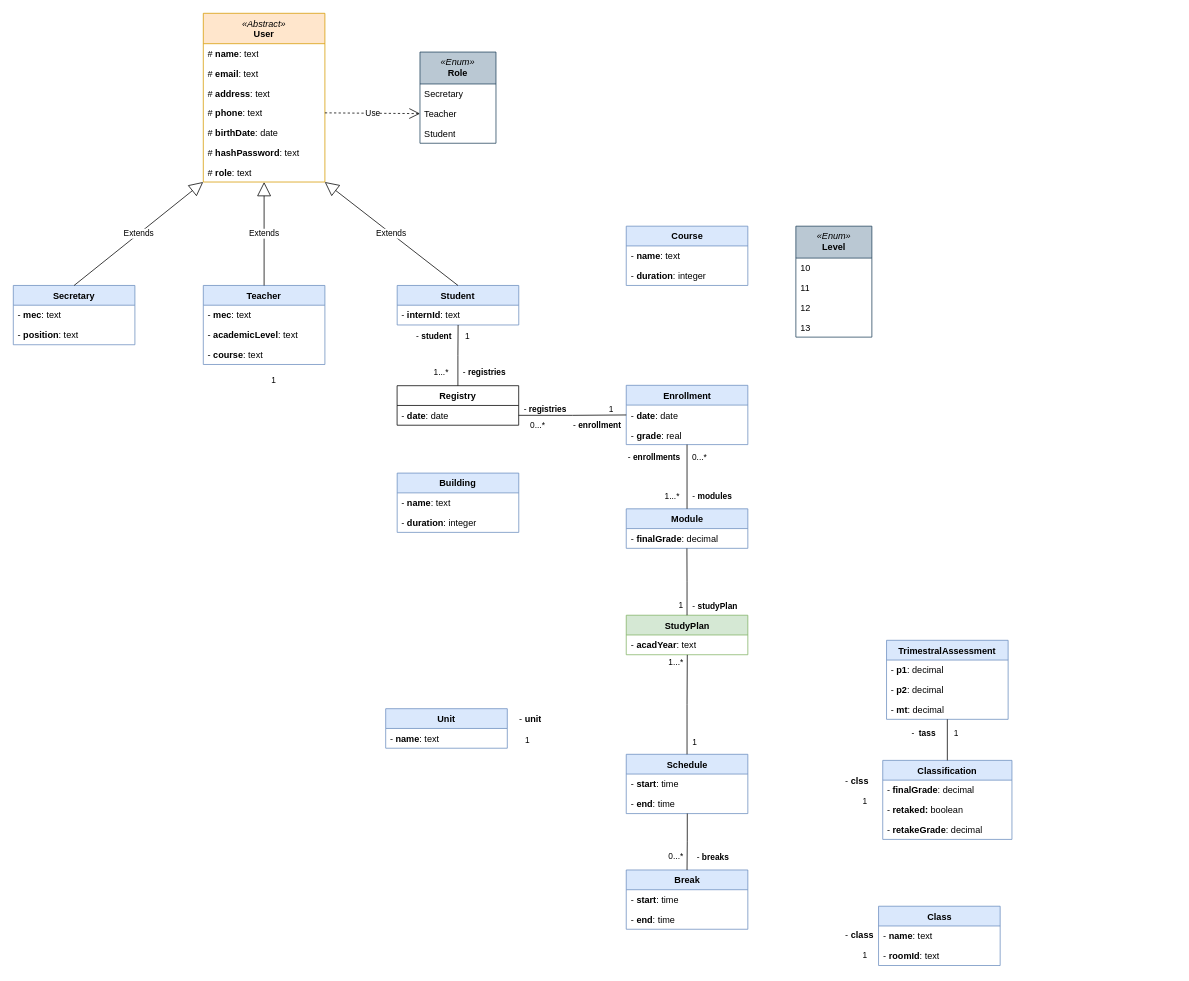
Joaquim-Claudio/Imptel-Online_P.D.S-2024-2025 keeps this draw.io diagram as editables/data-model.drawio. Above is the earlier version. Source tidied: cells renumbered, new cells numbered last; positions are measured from the earlier drawing's top-left corner, leaving out a move shared by most shapes. Both pictures are drawn from the tidied source at 76%, with x=0, y=0 at pixel (13, 13).
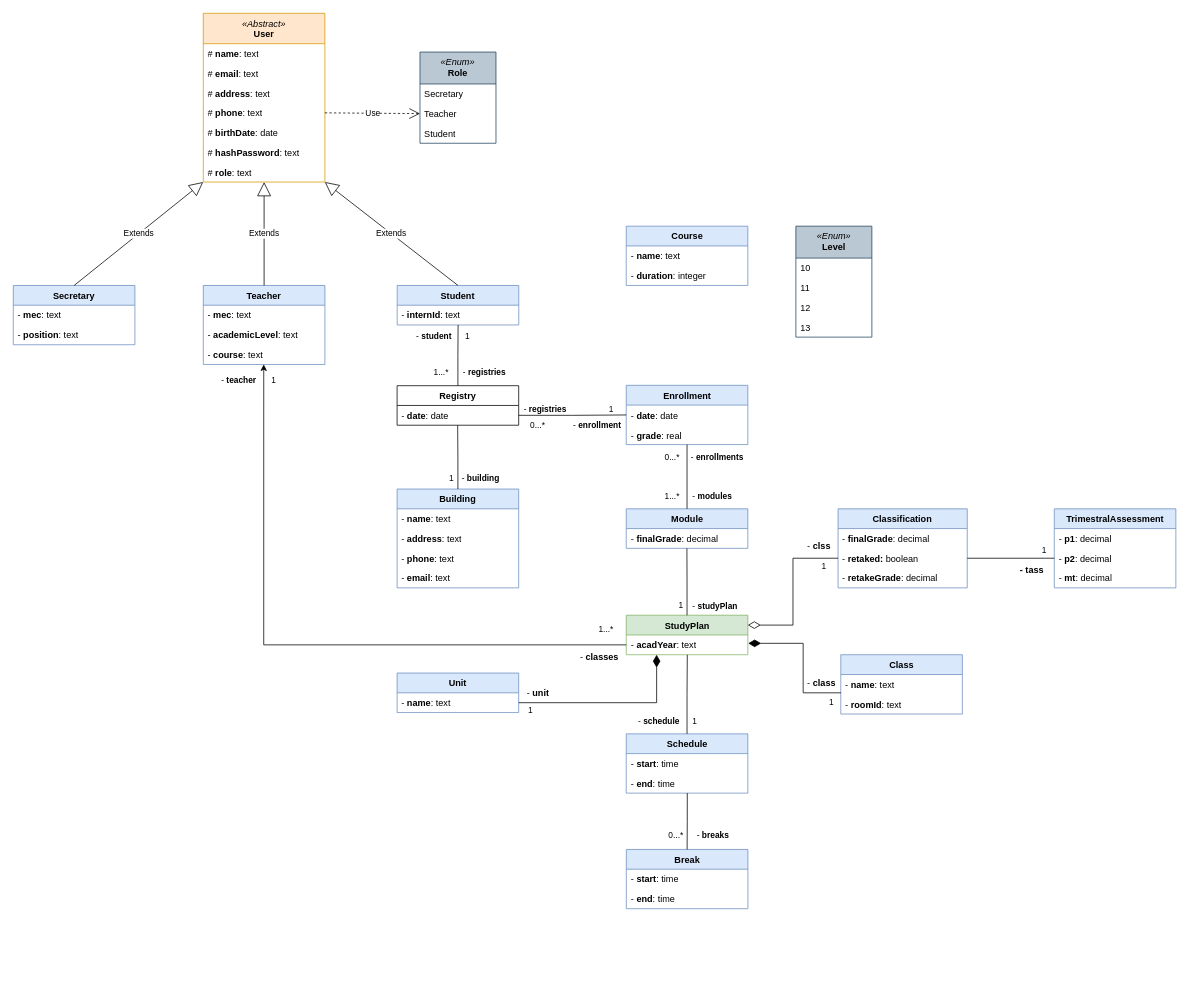
Above is the later version.

The change refers to these unchanged cells:
```xml
<mxCell id="18" value="- &lt;b&gt;course&lt;/b&gt;: text&amp;nbsp;" style="text;strokeColor=none;fillColor=none;align=left;verticalAlign=top;spacingLeft=4;spacingRight=4;overflow=hidden;points=[[0,0.5],[1,0.5]];portConstraint=eastwest;whiteSpace=wrap;html=1;" parent="15" vertex="1">
  <mxGeometry y="78" width="160" height="26" as="geometry" />
</mxCell>
<mxCell id="19" value="StudyPlan" style="swimlane;fontStyle=1;align=center;verticalAlign=top;horizontal=1;startSize=26;whiteSpace=wrap;html=1;fillColor=#d5e8d4;strokeColor=#82b366;" parent="1" vertex="1">
  <mxGeometry x="806.5" y="792" width="160" height="52" as="geometry" />
</mxCell>
<mxCell id="20" value="- &lt;b&gt;acadYear&lt;/b&gt;: text" style="text;strokeColor=none;fillColor=none;align=left;verticalAlign=top;spacingLeft=4;spacingRight=4;overflow=hidden;points=[[0,0.5],[1,0.5]];portConstraint=eastwest;whiteSpace=wrap;html=1;" parent="19" vertex="1">
  <mxGeometry y="26" width="160" height="26" as="geometry" />
</mxCell>
<mxCell id="32" value="- &lt;b&gt;name&lt;/b&gt;: text" style="text;strokeColor=none;fillColor=none;align=left;verticalAlign=top;spacingLeft=4;spacingRight=4;overflow=hidden;points=[[0,0.5],[1,0.5]];portConstraint=eastwest;whiteSpace=wrap;html=1;" parent="31" vertex="1">
  <mxGeometry y="26" width="160" height="26" as="geometry" />
</mxCell>
<mxCell id="37" value="- &lt;b&gt;retaked: &lt;/b&gt;boolean" style="text;strokeColor=none;fillColor=none;align=left;verticalAlign=top;spacingLeft=4;spacingRight=4;overflow=hidden;points=[[0,0.5],[1,0.5]];portConstraint=eastwest;whiteSpace=wrap;html=1;" parent="35" vertex="1">
  <mxGeometry y="52" width="170" height="26" as="geometry" />
</mxCell>
<mxCell id="41" value="- &lt;b&gt;p2&lt;/b&gt;: decimal" style="text;strokeColor=none;fillColor=none;align=left;verticalAlign=top;spacingLeft=4;spacingRight=4;overflow=hidden;points=[[0,0.5],[1,0.5]];portConstraint=eastwest;whiteSpace=wrap;html=1;" parent="39" vertex="1">
  <mxGeometry y="52" width="160" height="26" as="geometry" />
</mxCell>
<mxCell id="72" value="-&amp;nbsp;&lt;b&gt;date&lt;/b&gt;: date" style="text;strokeColor=none;fillColor=none;align=left;verticalAlign=top;spacingLeft=4;spacingRight=4;overflow=hidden;points=[[0,0.5],[1,0.5]];portConstraint=eastwest;whiteSpace=wrap;html=1;" parent="71" vertex="1">
  <mxGeometry y="26" width="160" height="26" as="geometry" />
</mxCell>
```

The edit, as a diff of the source:
```diff
@@
     <mxCell id="21" value="Class" style="swimlane;fontStyle=1;align=center;verticalAlign=top;horizontal=1;startSize=26;whiteSpace=wrap;html=1;fillColor=#dae8fc;strokeColor=#6c8ebf;" parent="1" vertex="1">
-      <mxGeometry x="1138.5" y="1174.9" width="160" height="78" as="geometry" />
+      <mxGeometry x="1088.8" y="844" width="160" height="78" as="geometry" />
     </mxCell>
@@
     <mxCell id="31" value="Unit" style="swimlane;fontStyle=1;align=center;verticalAlign=top;horizontal=1;startSize=26;whiteSpace=wrap;html=1;fillColor=#dae8fc;strokeColor=#6c8ebf;" parent="1" vertex="1">
-      <mxGeometry x="490" y="915" width="160" height="52" as="geometry" />
+      <mxGeometry x="505" y="868.1" width="160" height="52" as="geometry" />
     </mxCell>
@@
     <mxCell id="35" value="Classification" style="swimlane;fontStyle=1;align=center;verticalAlign=top;horizontal=1;startSize=26;whiteSpace=wrap;html=1;fillColor=#dae8fc;strokeColor=#6c8ebf;" parent="1" vertex="1">
-      <mxGeometry x="1144" y="983" width="170" height="104" as="geometry" />
+      <mxGeometry x="1085.2" y="652" width="170" height="104" as="geometry" />
     </mxCell>
@@
     <mxCell id="39" value="TrimestralAssessment" style="swimlane;fontStyle=1;align=center;verticalAlign=top;horizontal=1;startSize=26;whiteSpace=wrap;html=1;fillColor=#dae8fc;strokeColor=#6c8ebf;" parent="1" vertex="1">
-      <mxGeometry x="1149" y="825" width="160" height="104" as="geometry" />
+      <mxGeometry x="1369.7" y="652" width="160" height="104" as="geometry" />
     </mxCell>
@@
-    <mxCell id="43" style="endArrow=none;html=1;edgeStyle=orthogonalEdgeStyle;rounded=0;exitX=0.5;exitY=0;exitDx=0;exitDy=0;entryX=0.5;entryY=1;entryDx=0;entryDy=0;" parent="1" edge="1" source="35" target="39">
-      <mxGeometry relative="1" as="geometry" />
-    </mxCell>
-    <mxCell id="44" value="-&amp;nbsp; &lt;b&gt;tass&lt;/b&gt;" style="edgeLabel;html=1;align=right;verticalAlign=bottom;" parent="43" vertex="1">
-      <mxGeometry x="1" relative="1" as="geometry">
-        <mxPoint x="-15" y="26" as="offset" />
-      </mxGeometry>
-    </mxCell>
     <mxCell id="45" value="Schedule" style="swimlane;fontStyle=1;align=center;verticalAlign=top;horizontal=1;startSize=26;whiteSpace=wrap;html=1;fillColor=#dae8fc;strokeColor=#6c8ebf;" parent="1" vertex="1">
-      <mxGeometry x="806.5" y="975" width="160" height="78" as="geometry" />
+      <mxGeometry x="806.5" y="948.1" width="160" height="78" as="geometry" />
     </mxCell>
@@
     <mxCell id="50" value="- &lt;b&gt;clss&lt;/b&gt;" style="text;strokeColor=none;fillColor=none;align=left;verticalAlign=top;spacingLeft=4;spacingRight=4;overflow=hidden;whiteSpace=wrap;html=1;" parent="1" vertex="1">
-      <mxGeometry x="1088.5" y="996" width="41.2" height="26" as="geometry" />
+      <mxGeometry x="1038.8" y="687.9" width="41.2" height="26" as="geometry" />
     </mxCell>
     <mxCell id="51" value="1" style="edgeLabel;html=1;align=right;verticalAlign=bottom;" parent="1" vertex="1">
-      <mxGeometry x="1124" y="1045" as="geometry" />
+      <mxGeometry x="1070" y="736" as="geometry" />
     </mxCell>
     <mxCell id="52" value="1" style="edgeLabel;html=1;align=right;verticalAlign=bottom;" parent="1" vertex="1">
-      <mxGeometry x="1244" y="955" as="geometry" />
+      <mxGeometry x="1359.7" y="714" as="geometry" />
     </mxCell>
     <mxCell id="53" value="- &lt;b&gt;class&lt;/b&gt;" style="text;strokeColor=none;fillColor=none;align=left;verticalAlign=top;spacingLeft=4;spacingRight=4;overflow=hidden;whiteSpace=wrap;html=1;" parent="1" vertex="1">
-      <mxGeometry x="1088.5" y="1199" width="50.1" height="26" as="geometry" />
+      <mxGeometry x="1038.8" y="868.1" width="50.1" height="26" as="geometry" />
     </mxCell>
     <mxCell id="54" value="1" style="edgeLabel;html=1;align=right;verticalAlign=bottom;" parent="1" vertex="1">
-      <mxGeometry x="1124" y="1247.9" as="geometry" />
+      <mxGeometry x="1079.7" y="914.6" as="geometry" />
     </mxCell>
@@
     <mxCell id="60" value="1" style="edgeLabel;html=1;align=right;verticalAlign=bottom;" parent="1" vertex="1">
-      <mxGeometry x="900" y="967" as="geometry" />
+      <mxGeometry x="900.1" y="940" as="geometry" />
     </mxCell>
     <mxCell id="61" value="Break" style="swimlane;fontStyle=1;align=center;verticalAlign=top;horizontal=1;startSize=26;whiteSpace=wrap;html=1;fillColor=#dae8fc;strokeColor=#6c8ebf;" parent="1" vertex="1">
-      <mxGeometry x="806.5" y="1127.2" width="160" height="78" as="geometry" />
+      <mxGeometry x="806.6" y="1100.2" width="160" height="78" as="geometry" />
     </mxCell>
@@
     <mxCell id="66" value="0...*" style="edgeLabel;html=1;align=right;verticalAlign=bottom;" parent="1" vertex="1">
-      <mxGeometry x="881.5" y="1117.2" as="geometry" />
+      <mxGeometry x="881.5" y="1090.3" as="geometry" />
     </mxCell>
     <mxCell id="67" value="- &lt;b&gt;unit&lt;/b&gt;" style="text;strokeColor=none;fillColor=none;align=left;verticalAlign=top;spacingLeft=4;spacingRight=4;overflow=hidden;whiteSpace=wrap;html=1;" parent="1" vertex="1">
-      <mxGeometry x="660" y="915" width="50.1" height="26" as="geometry" />
+      <mxGeometry x="669.9" y="881.1" width="50.1" height="26" as="geometry" />
     </mxCell>
     <mxCell id="68" value="1" style="edgeLabel;html=1;align=right;verticalAlign=bottom;" parent="1" vertex="1">
-      <mxGeometry x="680" y="965" as="geometry" />
+      <mxGeometry x="683.9" y="925.1" as="geometry" />
     </mxCell>
@@
     <mxCell id="70" value="1...*" style="edgeLabel;html=1;align=right;verticalAlign=bottom;" parent="1" vertex="1">
-      <mxGeometry x="881.5" y="861.9" as="geometry" />
+      <mxGeometry x="790" y="818" as="geometry" />
     </mxCell>
@@
     <mxCell id="83" value="- &lt;b&gt;enrollments&lt;/b&gt;" style="edgeLabel;html=1;align=left;verticalAlign=bottom;" parent="1" vertex="1">
-      <mxGeometry x="806.5" y="592" as="geometry" />
+      <mxGeometry x="890" y="592" as="geometry" />
     </mxCell>
     <mxCell id="84" value="0...*" style="edgeLabel;html=1;align=right;verticalAlign=bottom;" parent="1" vertex="1">
-      <mxGeometry x="913.4" y="592" as="geometry" />
+      <mxGeometry x="876.5" y="592" as="geometry" />
     </mxCell>
@@
     <mxCell id="96" value="Building" style="swimlane;fontStyle=1;align=center;verticalAlign=top;horizontal=1;startSize=26;whiteSpace=wrap;html=1;fillColor=#dae8fc;strokeColor=#6c8ebf;" parent="1" vertex="1">
-      <mxGeometry x="505.1" y="605" width="160" height="78" as="geometry" />
+      <mxGeometry x="505" y="626" width="160" height="130" as="geometry" />
     </mxCell>
@@
-    <mxCell id="98" value="- &lt;b&gt;duration&lt;/b&gt;: integer" style="text;strokeColor=none;fillColor=none;align=left;verticalAlign=top;spacingLeft=4;spacingRight=4;overflow=hidden;whiteSpace=wrap;html=1;" parent="96" vertex="1">
+    <mxCell id="98" value="- &lt;b&gt;address&lt;/b&gt;: text" style="text;strokeColor=none;fillColor=none;align=left;verticalAlign=top;spacingLeft=4;spacingRight=4;overflow=hidden;whiteSpace=wrap;html=1;" parent="96" vertex="1">
       <mxGeometry y="52" width="160" height="26" as="geometry" />
     </mxCell>
+    <mxCell id="100" value="- &lt;b&gt;phone&lt;/b&gt;: text" style="text;strokeColor=none;fillColor=none;align=left;verticalAlign=top;spacingLeft=4;spacingRight=4;overflow=hidden;whiteSpace=wrap;html=1;" parent="96" vertex="1">
+      <mxGeometry y="78" width="160" height="26" as="geometry" />
+    </mxCell>
+    <mxCell id="101" value="- &lt;b&gt;email&lt;/b&gt;: text" style="text;strokeColor=none;fillColor=none;align=left;verticalAlign=top;spacingLeft=4;spacingRight=4;overflow=hidden;whiteSpace=wrap;html=1;" parent="96" vertex="1">
+      <mxGeometry y="104" width="160" height="26" as="geometry" />
+    </mxCell>
@@
+    <mxCell id="102" value="- &lt;b&gt;schedule&lt;/b&gt;" style="edgeLabel;html=1;align=right;verticalAlign=bottom;" parent="1" vertex="1">
+      <mxGeometry x="876.5" y="940.1" as="geometry" />
+    </mxCell>
+    <mxCell id="103" style="edgeStyle=orthogonalEdgeStyle;rounded=0;jettySize=auto;html=1;exitX=1;exitY=0.5;exitDx=0;exitDy=0;entryX=0;entryY=0.5;entryDx=0;entryDy=0;endArrow=none;endFill=0;" parent="1" edge="1" source="37" target="41">
+      <mxGeometry relative="1" as="geometry" />
+    </mxCell>
+    <mxCell id="44" value="- tass" style="text;align=center;fontStyle=1;verticalAlign=middle;spacingLeft=3;spacingRight=3;strokeColor=none;html=1;" parent="1" vertex="1">
+      <mxGeometry x="1319.7" y="719.6" width="40" height="26" as="geometry" />
+    </mxCell>
+    <mxCell id="104" style="endArrow=none;html=1;endSize=12;startArrow=diamondThin;startSize=14;startFill=0;edgeStyle=orthogonalEdgeStyle;align=left;verticalAlign=bottom;rounded=0;entryX=0;entryY=0.5;entryDx=0;entryDy=0;exitX=1;exitY=0.25;exitDx=0;exitDy=0;endFill=0;" parent="1" edge="1" source="19" target="37">
+      <mxGeometry x="-1" y="3" relative="1" as="geometry" />
+    </mxCell>
+    <mxCell id="105" style="endArrow=none;html=1;endSize=12;startArrow=diamondThin;startSize=14;startFill=1;edgeStyle=orthogonalEdgeStyle;align=left;verticalAlign=bottom;rounded=0;exitX=1;exitY=0.5;exitDx=0;exitDy=0;entryX=-0.002;entryY=0.004;entryDx=0;entryDy=0;entryPerimeter=0;endFill=0;" parent="1" edge="1">
+      <mxGeometry x="-1" y="3" relative="1" as="geometry">
+        <mxPoint x="967" y="829" as="sourcePoint" />
+        <mxPoint x="1089" y="894.1" as="targetPoint" />
+        <Array as="points">
+          <mxPoint x="1039.3" y="829.4" />
+          <mxPoint x="1039.3" y="894.4" />
+        </Array>
+      </mxGeometry>
+    </mxCell>
+    <mxCell id="106" style="endArrow=none;html=1;endSize=12;startArrow=diamondThin;startSize=14;startFill=1;edgeStyle=orthogonalEdgeStyle;align=left;verticalAlign=bottom;rounded=0;entryX=1;entryY=0.5;entryDx=0;entryDy=0;exitX=0.25;exitY=1;exitDx=0;exitDy=0;endFill=0;" parent="1" edge="1" source="19" target="32">
+      <mxGeometry x="-1" y="3" relative="1" as="geometry" />
+    </mxCell>
+    <mxCell id="107" style="edgeStyle=orthogonalEdgeStyle;rounded=0;jettySize=auto;html=1;exitX=0.5;exitY=0;exitDx=0;exitDy=0;entryX=0.498;entryY=1.006;entryDx=0;entryDy=0;entryPerimeter=0;endArrow=none;endFill=0;" parent="1" edge="1" source="96" target="72">
+      <mxGeometry relative="1" as="geometry" />
+    </mxCell>
+    <mxCell id="108" value="- &lt;b&gt;building&lt;/b&gt;" style="edgeLabel;html=1;align=right;verticalAlign=bottom;" parent="1" vertex="1">
+      <mxGeometry x="640" y="620" as="geometry" />
+    </mxCell>
+    <mxCell id="109" value="1" style="edgeLabel;html=1;align=right;verticalAlign=bottom;" parent="1" vertex="1">
+      <mxGeometry x="580" y="620" as="geometry" />
+    </mxCell>
+    <mxCell id="110" style="edgeStyle=orthogonalEdgeStyle;rounded=0;jettySize=auto;html=1;exitX=0;exitY=0.5;exitDx=0;exitDy=0;entryX=0.497;entryY=0.995;entryDx=0;entryDy=0;entryPerimeter=0;" parent="1" edge="1" source="20" target="18">
+      <mxGeometry relative="1" as="geometry" />
+    </mxCell>
+    <mxCell id="111" value="- &lt;b&gt;teacher&lt;/b&gt;" style="edgeLabel;html=1;align=right;verticalAlign=bottom;" parent="1" vertex="1">
+      <mxGeometry x="320" y="491.1" as="geometry" />
+    </mxCell>
+    <mxCell id="112" value="- &lt;b&gt;classes&lt;/b&gt;" style="text;strokeColor=none;fillColor=none;align=left;verticalAlign=top;spacingLeft=4;spacingRight=4;overflow=hidden;whiteSpace=wrap;html=1;" parent="1" vertex="1">
+      <mxGeometry x="740" y="833.6" width="66.5" height="26" as="geometry" />
+    </mxCell>
```
